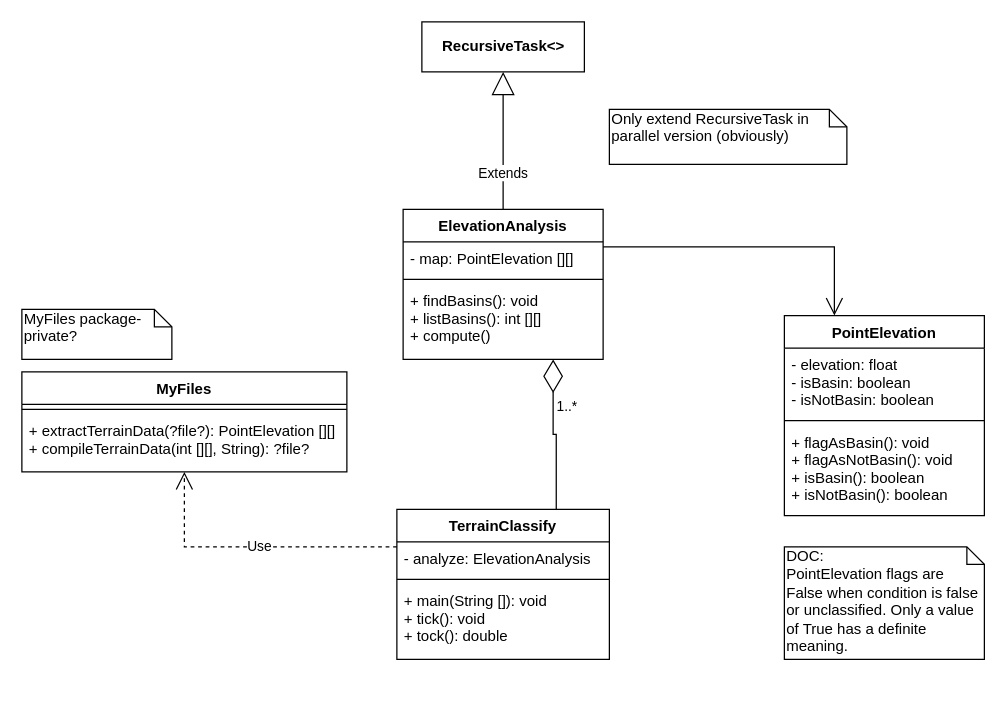
Earlier version of the draw.io diagram misc/class-diagram.drawio (averyhs/CSC2002-Assignment1). Source tidied: cells renumbered, new cells numbered last; positions are measured from the earlier drawing's top-left corner, leaving out a move shared by most shapes. Both pictures are drawn from the tidied source at 125%, with x=0, y=0 at pixel (21, 21).
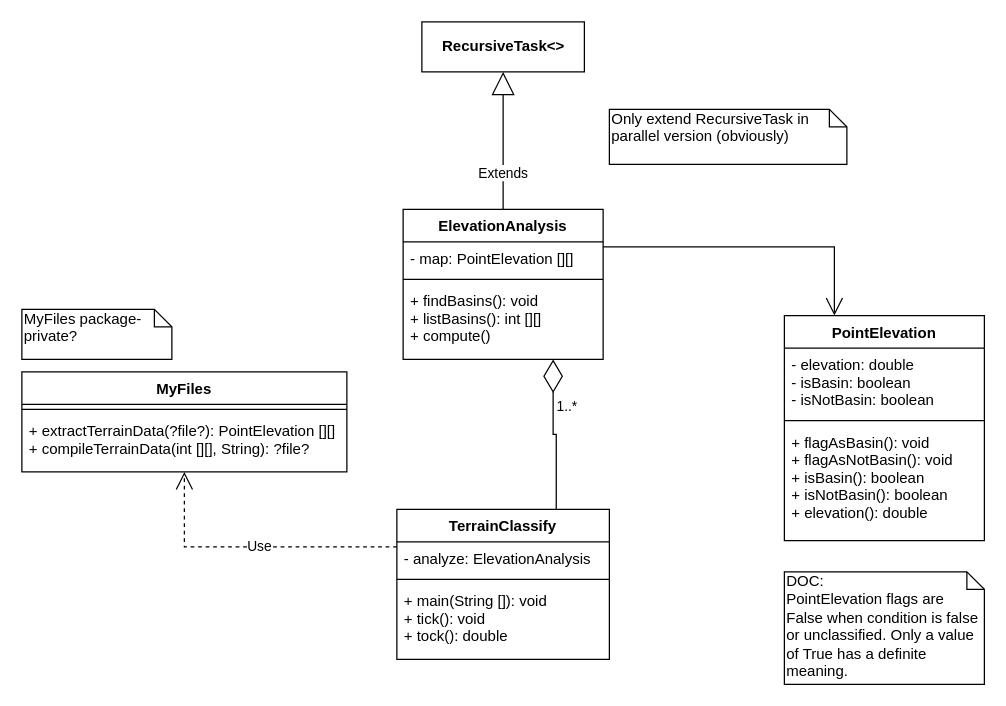
The same page after the edit.

Diff of the diagram source:
```diff
@@
     <mxCell id="2" value="&lt;div&gt;DOC:&lt;/div&gt;&lt;div&gt;PointElevation flags are False when condition is false or unclassified. Only a value of True has a definite meaning.&lt;br&gt;&lt;/div&gt;" style="shape=note;whiteSpace=wrap;html=1;size=14;verticalAlign=top;align=left;spacingTop=-6;" parent="1" vertex="1">
-      <mxGeometry x="610" y="420" width="160" height="90" as="geometry" />
+      <mxGeometry x="610" y="440" width="160" height="90" as="geometry" />
     </mxCell>
@@
     <mxCell id="13" value="PointElevation" style="swimlane;fontStyle=1;align=center;verticalAlign=top;horizontal=1;startSize=26;" parent="1" vertex="1">
-      <mxGeometry x="610" y="235" width="160" height="160" as="geometry" />
+      <mxGeometry x="610" y="235" width="160" height="180" as="geometry" />
     </mxCell>
-    <mxCell id="14" value="- elevation: float&#10;- isBasin: boolean&#10;- isNotBasin: boolean" style="text;strokeColor=none;fillColor=none;align=left;verticalAlign=top;spacingLeft=4;spacingRight=4;overflow=hidden;" parent="13" vertex="1">
+    <mxCell id="14" value="- elevation: double&#10;- isBasin: boolean&#10;- isNotBasin: boolean" style="text;strokeColor=none;fillColor=none;align=left;verticalAlign=top;spacingLeft=4;spacingRight=4;overflow=hidden;" parent="13" vertex="1">
       <mxGeometry y="26" width="160" height="54" as="geometry" />
     </mxCell>
@@
-    <mxCell id="16" value="+ flagAsBasin(): void&#10;+ flagAsNotBasin(): void&#10;+ isBasin(): boolean&#10;+ isNotBasin(): boolean" style="text;strokeColor=none;fillColor=none;align=left;verticalAlign=top;spacingLeft=4;spacingRight=4;overflow=hidden;" parent="13" vertex="1">
-      <mxGeometry y="88" width="160" height="72" as="geometry" />
+    <mxCell id="16" value="+ flagAsBasin(): void&#10;+ flagAsNotBasin(): void&#10;+ isBasin(): boolean&#10;+ isNotBasin(): boolean&#10;+ elevation(): double" style="text;strokeColor=none;fillColor=none;align=left;verticalAlign=top;spacingLeft=4;spacingRight=4;overflow=hidden;" parent="13" vertex="1">
+      <mxGeometry y="88" width="160" height="92" as="geometry" />
     </mxCell>
```
